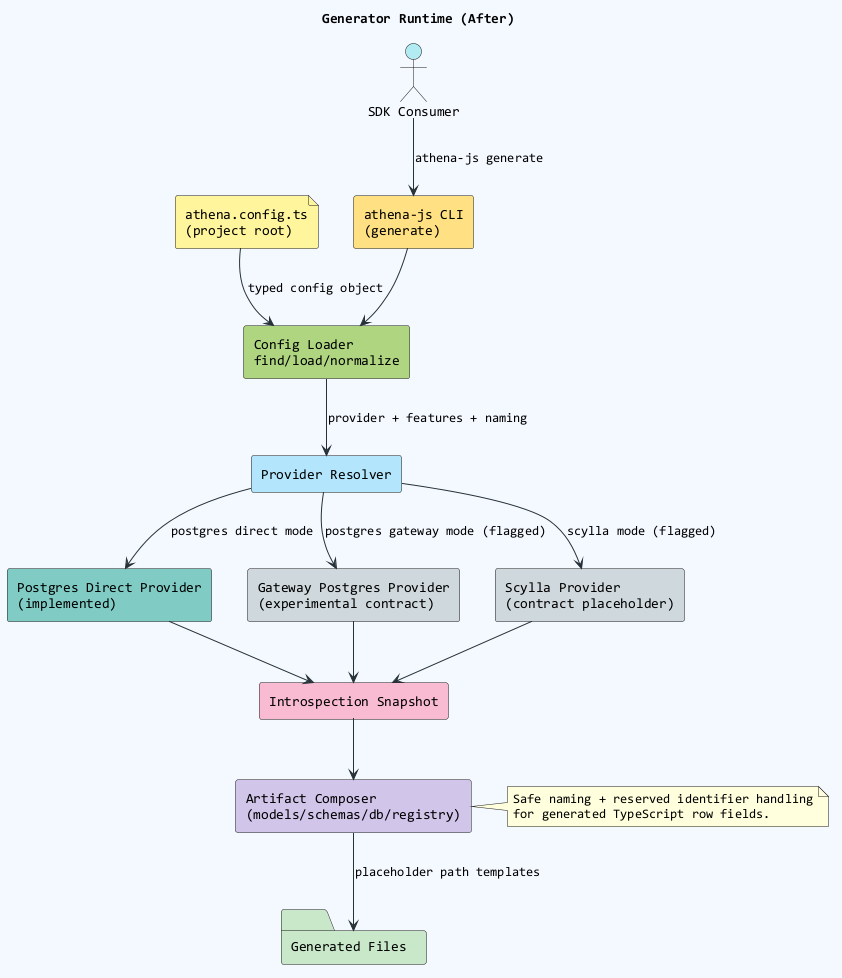
The PlantUML diagram architecture/generator-phase-two/after.png in floris-xlx/athena-js, before a commit.
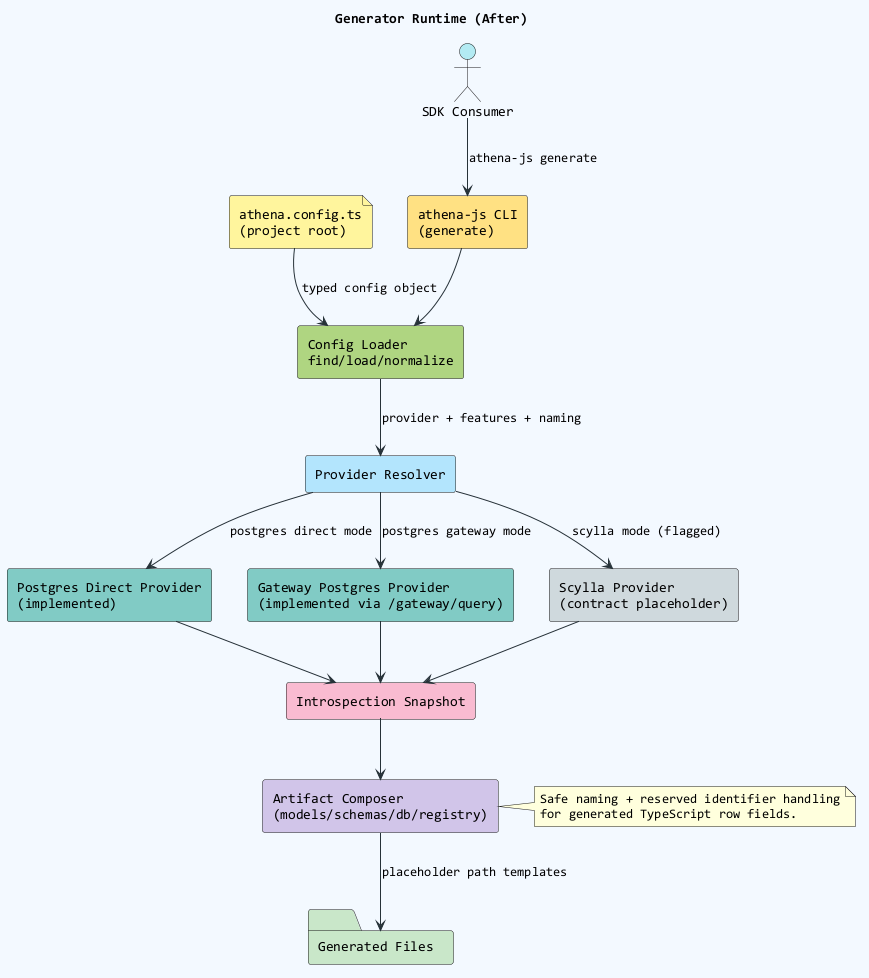
After the change.

Diff of the diagram source:
```diff
@@ -11,7 +11,7 @@
 component "Config Loader\nfind/load/normalize" as ConfigLoader #AED581
 component "Provider Resolver" as ProviderResolver #B3E5FC
 component "Postgres Direct Provider\n(implemented)" as PgDirect #80CBC4
-component "Gateway Postgres Provider\n(experimental contract)" as PgGateway #CFD8DC
+component "Gateway Postgres Provider\n(implemented via /gateway/query)" as PgGateway #80CBC4
 component "Scylla Provider\n(contract placeholder)" as Scylla #CFD8DC
 component "Introspection Snapshot" as Snapshot #F8BBD0
 component "Artifact Composer\n(models/schemas/db/registry)" as Composer #D1C4E9
@@ -22,7 +22,7 @@
 Cli --> ConfigLoader
 ConfigLoader --> ProviderResolver : provider + features + naming
 ProviderResolver --> PgDirect : postgres direct mode
-ProviderResolver --> PgGateway : postgres gateway mode (flagged)
+ProviderResolver --> PgGateway : postgres gateway mode
 ProviderResolver --> Scylla : scylla mode (flagged)
 PgDirect --> Snapshot
 PgGateway --> Snapshot
```
